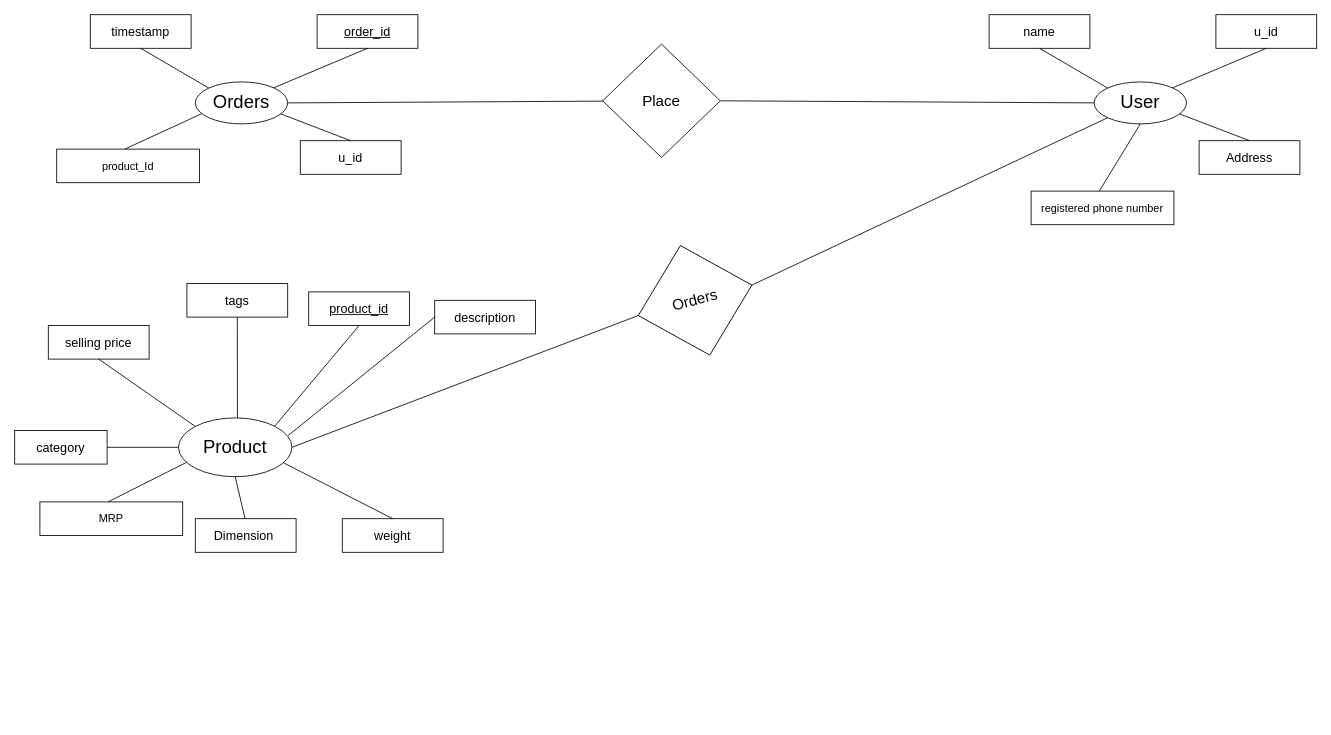
Dhiraj275/ecommerce-srs keeps this draw.io diagram as diagram/ER diagram.drawio. Above is the earlier version. Source tidied: cells renumbered, new cells numbered last; positions are measured from the earlier drawing's top-left corner, leaving out a move shared by most shapes. Both pictures are drawn from the tidied source at 84%, with x=0, y=0 at pixel (14, 14).
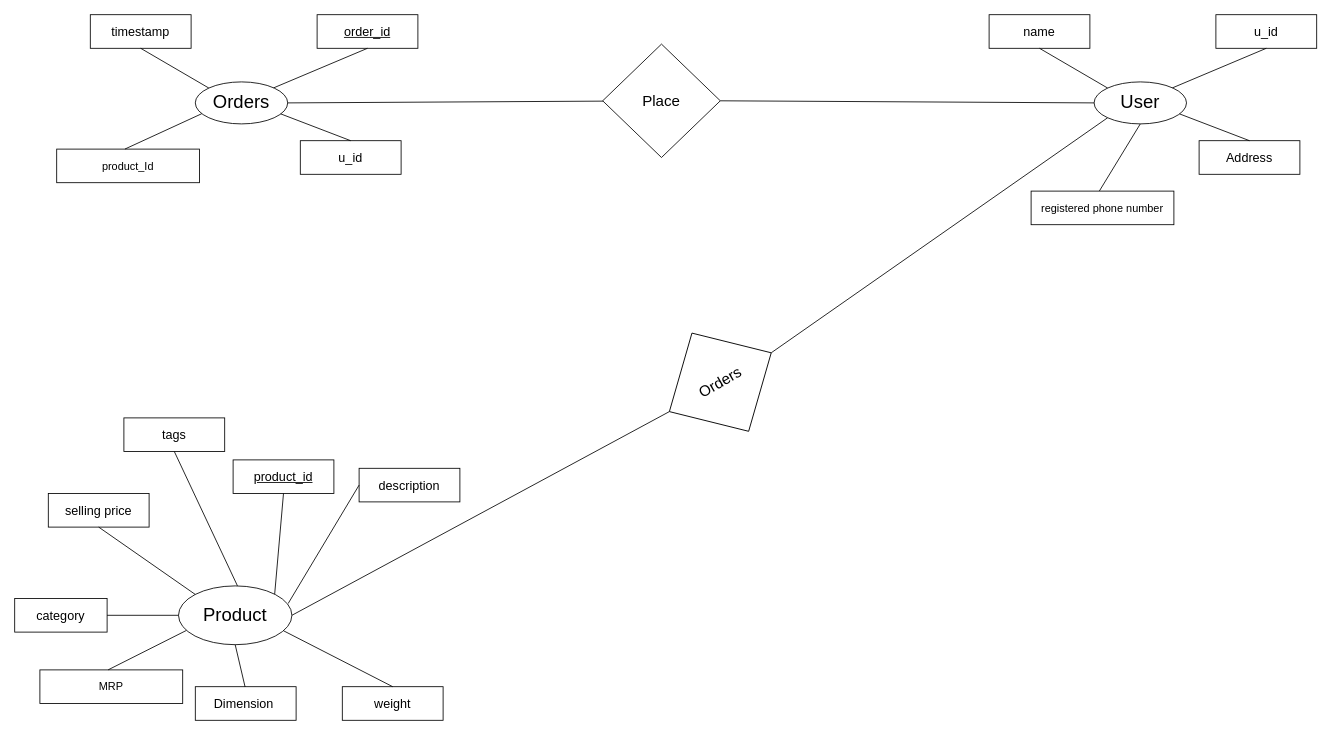
The same page after the edit.

Diff of the diagram source:
```diff
@@
     <mxCell id="23" value="&lt;span style=&quot;font-size: 15px;&quot;&gt;selling price&lt;/span&gt;" style="rounded=0;whiteSpace=wrap;html=1;" parent="1" vertex="1">
-      <mxGeometry x="40" y="370" width="120" height="40" as="geometry" />
+      <mxGeometry x="40" y="570" width="120" height="40" as="geometry" />
     </mxCell>
     <mxCell id="24" value="&lt;font style=&quot;font-size: 22px;&quot;&gt;Product&lt;/font&gt;" style="ellipse;whiteSpace=wrap;html=1;" parent="1" vertex="1">
-      <mxGeometry x="195" y="480" width="135" height="70" as="geometry" />
+      <mxGeometry x="195" y="680" width="135" height="70" as="geometry" />
     </mxCell>
     <mxCell id="25" value="&lt;span style=&quot;font-size: 15px;&quot;&gt;&lt;u&gt;product_id&lt;/u&gt;&lt;/span&gt;" style="rounded=0;whiteSpace=wrap;html=1;" parent="1" vertex="1">
-      <mxGeometry x="350" y="330" width="120" height="40" as="geometry" />
+      <mxGeometry x="260" y="530" width="120" height="40" as="geometry" />
     </mxCell>
@@
     <mxCell id="28" value="&lt;span style=&quot;font-size: 15px;&quot;&gt;weight&lt;/span&gt;" style="rounded=0;whiteSpace=wrap;html=1;" parent="1" vertex="1">
-      <mxGeometry x="390" y="600" width="120" height="40" as="geometry" />
+      <mxGeometry x="390" y="800" width="120" height="40" as="geometry" />
     </mxCell>
@@
     <mxCell id="30" value="&lt;span style=&quot;font-size: 13px;&quot;&gt;MRP&lt;/span&gt;" style="rounded=0;whiteSpace=wrap;html=1;" parent="1" vertex="1">
-      <mxGeometry x="30" y="580" width="170" height="40" as="geometry" />
+      <mxGeometry x="30" y="780" width="170" height="40" as="geometry" />
     </mxCell>
@@
     <mxCell id="32" value="&lt;span style=&quot;font-size: 15px;&quot;&gt;description&lt;/span&gt;" style="rounded=0;whiteSpace=wrap;html=1;" parent="1" vertex="1">
-      <mxGeometry x="500" y="340" width="120" height="40" as="geometry" />
+      <mxGeometry x="410" y="540" width="120" height="40" as="geometry" />
     </mxCell>
@@
     <mxCell id="34" value="&lt;span style=&quot;font-size: 15px;&quot;&gt;category&lt;/span&gt;" style="rounded=0;whiteSpace=wrap;html=1;" parent="1" vertex="1">
-      <mxGeometry y="495" width="110" height="40" as="geometry" />
+      <mxGeometry y="695" width="110" height="40" as="geometry" />
     </mxCell>
@@
     <mxCell id="36" value="&lt;span style=&quot;font-size: 15px;&quot;&gt;Dimension&amp;nbsp;&lt;/span&gt;" style="rounded=0;whiteSpace=wrap;html=1;" parent="1" vertex="1">
-      <mxGeometry x="215" y="600" width="120" height="40" as="geometry" />
+      <mxGeometry x="215" y="800" width="120" height="40" as="geometry" />
     </mxCell>
@@
     <mxCell id="38" value="&lt;span style=&quot;font-size: 15px;&quot;&gt;tags&lt;/span&gt;" style="rounded=0;whiteSpace=wrap;html=1;" parent="1" vertex="1">
-      <mxGeometry x="205" y="320" width="120" height="40" as="geometry" />
+      <mxGeometry x="130" y="480" width="120" height="40" as="geometry" />
     </mxCell>
@@
-    <mxCell id="40" value="&lt;span style=&quot;font-size: 18px;&quot;&gt;Orders&lt;/span&gt;" style="rhombus;whiteSpace=wrap;html=1;fontSize=13;rotation=-15;" parent="1" vertex="1">
-      <mxGeometry x="740" y="272.5" width="140" height="135" as="geometry" />
+    <mxCell id="40" value="&lt;span style=&quot;font-size: 18px;&quot;&gt;Orders&lt;/span&gt;" style="rhombus;whiteSpace=wrap;html=1;fontSize=13;rotation=-30;" parent="1" vertex="1">
+      <mxGeometry x="770" y="370" width="140" height="135" as="geometry" />
     </mxCell>
```
